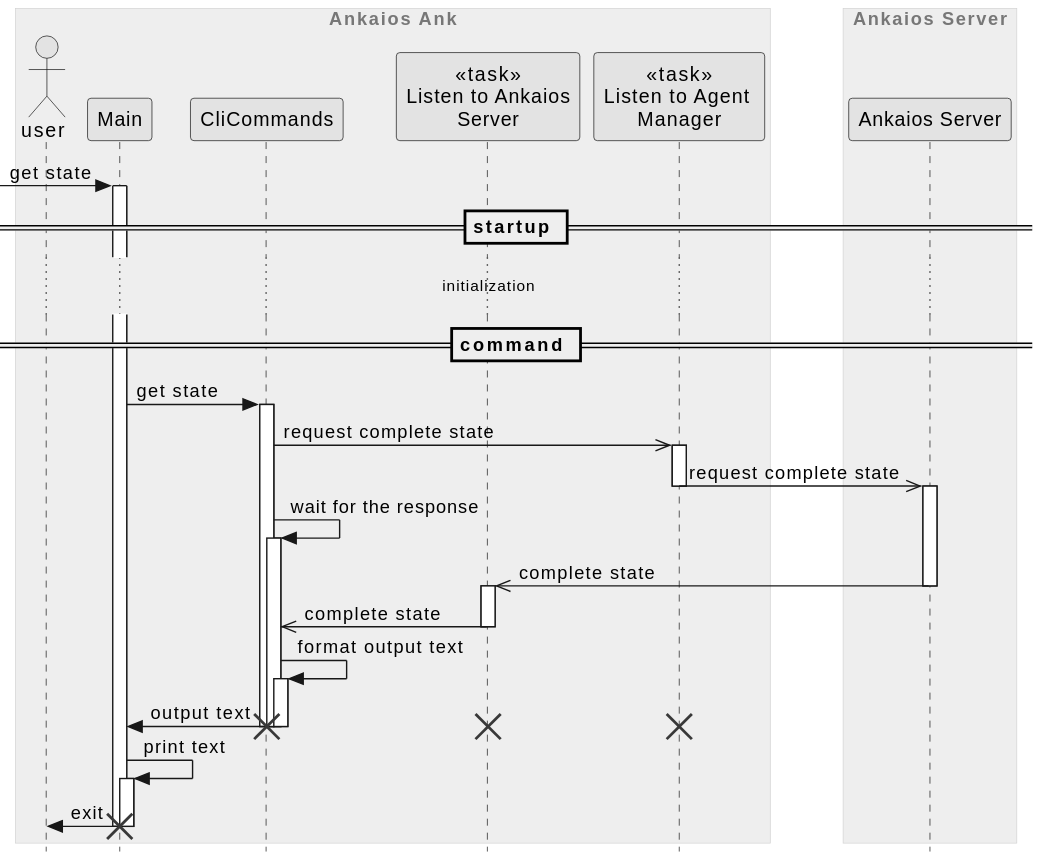
The PlantUML diagram ank/doc/swdesign/plantuml/seq_get_state.svg in eclipse-ankaios/ankaios, before a commit.
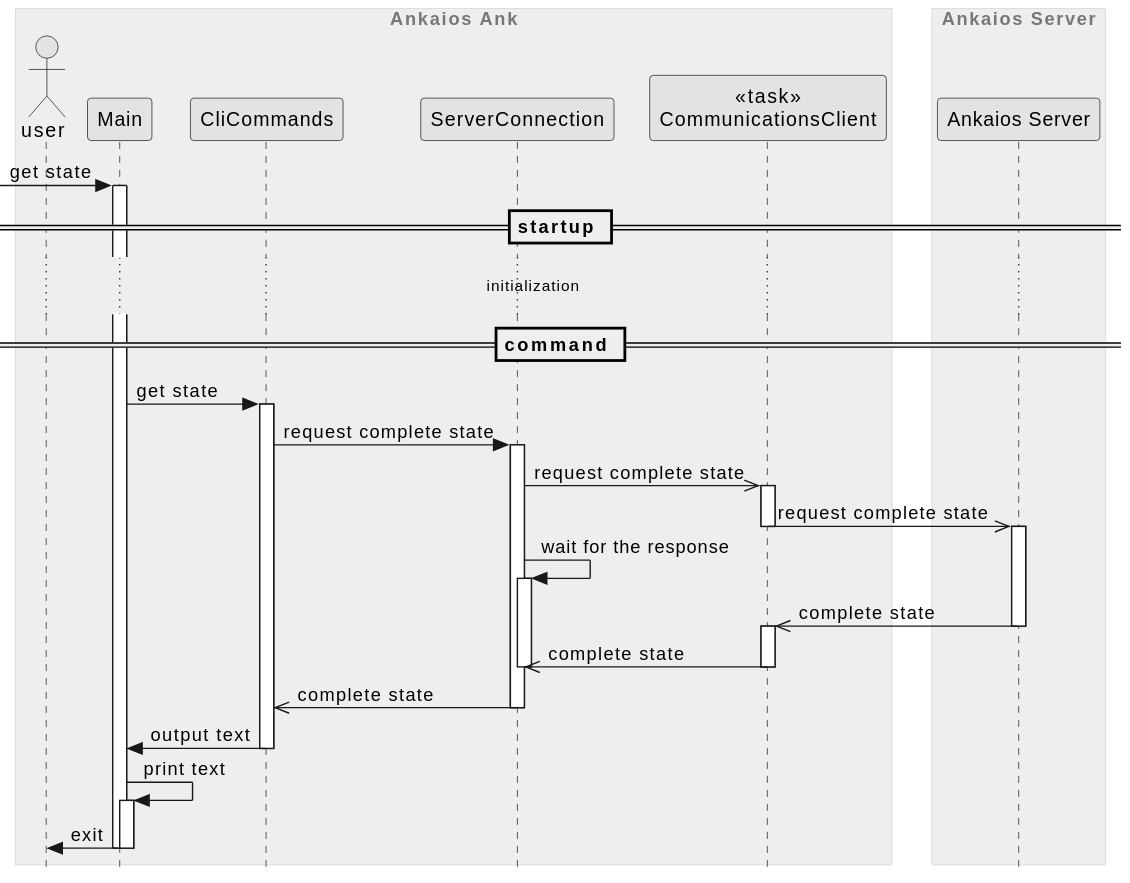
After the commit.

Commit message:
Update more sequence diagrams

The edit, as a diff of the source:
```diff
@@ -5,8 +5,8 @@
     actor "user" as user
     participant Main as main
     participant "CliCommands" as cli_commands
-    participant "<<task>>\nListen to Ankaios\nServer" as listen_to_server
-    participant "<<task>>\nListen to Agent \nManager" as listen_to_manager
+    participant "ServerConnection" as server_connection
+    participant "<<task>>\nCommunicationsClient" as communications_client
 end box
 
 box "Ankaios Server"
@@ -22,22 +22,22 @@
 == command ==
 
 main -> cli_commands ++ : get state
-cli_commands ->> listen_to_manager ++: request complete state
-listen_to_manager ->> server --++ : request complete state
 
-cli_commands -> cli_commands ++: wait for the response
-listen_to_server <<- server --++: complete state
-listen_to_server ->> cli_commands --: complete state
-cli_commands -> cli_commands ++: format output text
+cli_commands -> server_connection ++: request complete state
+server_connection ->> communications_client++: request complete state
+communications_client ->> server --++ : request complete state
+
+server_connection -> server_connection ++: wait for the response
+communications_client <<- server --++: complete state
+server_connection <<- communications_client --: complete state
+deactivate server_connection
+cli_commands <<- server_connection --: complete state
+
 main <- cli_commands -- : output text
 deactivate cli_commands
 deactivate cli_commands
-destroy cli_commands
-destroy listen_to_manager
-destroy listen_to_server
 
 main -> main ++: print text
 user <- main -- : exit
 deactivate main
-destroy main
 @enduml
```
